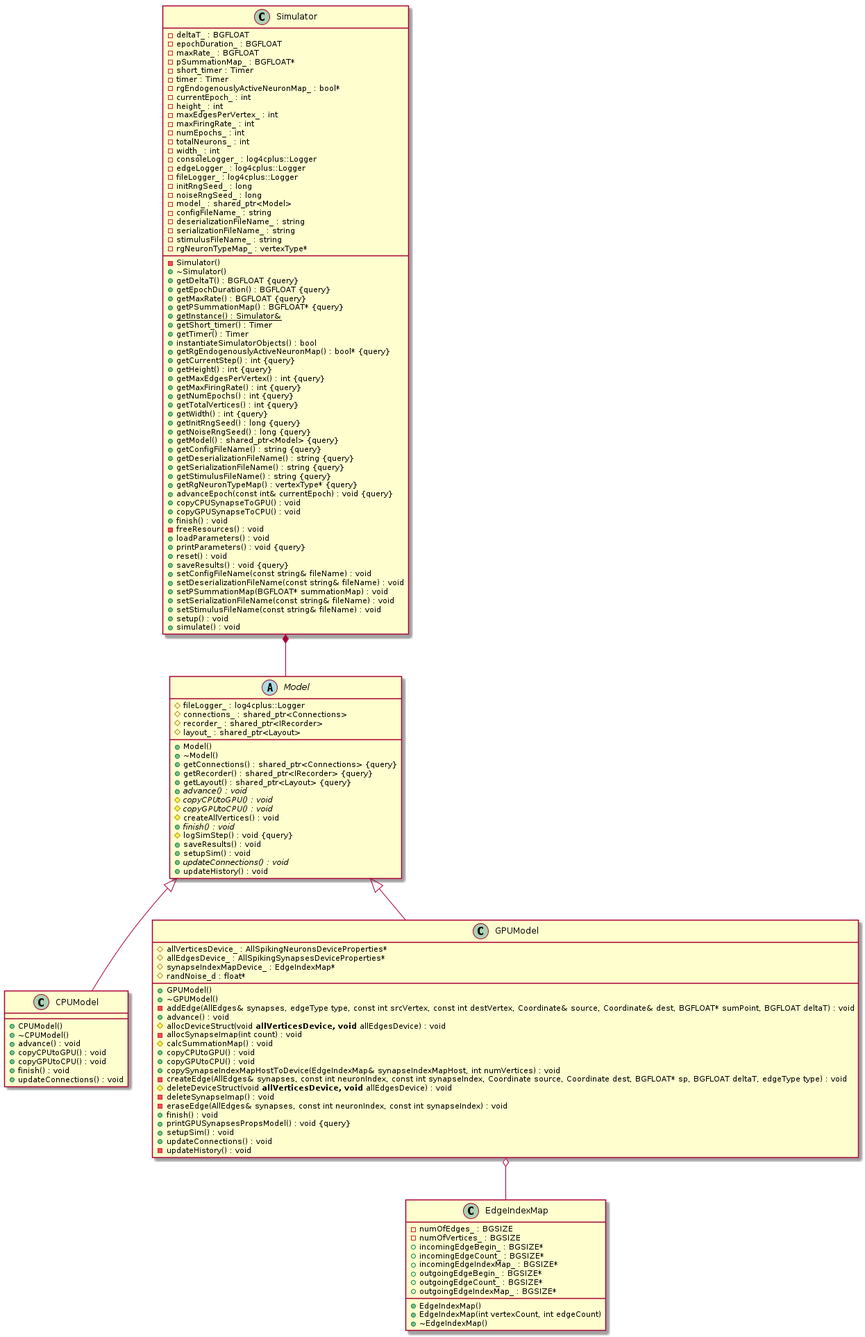
Before: docs/Developer/ClassDiagrams/diagrams/GraphittiCoreClassDiagram.png, a diagram exported from PlantUML (UWB-Biocomputing/Graphitti).
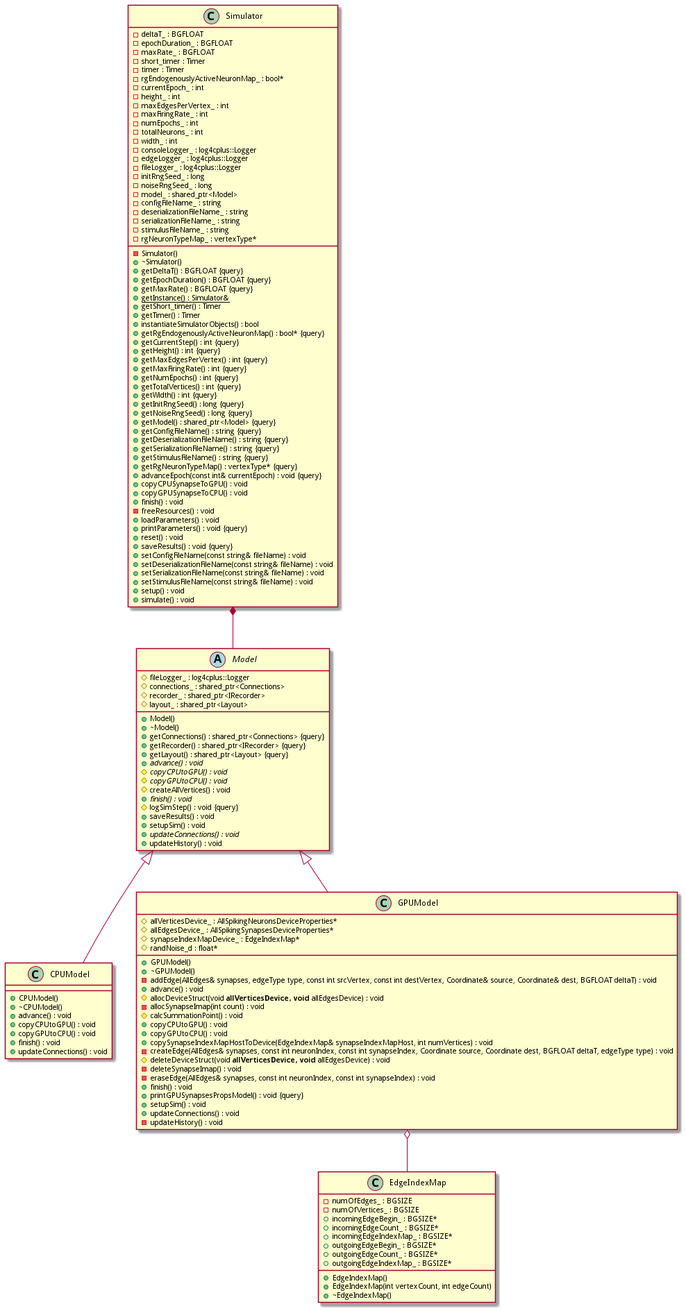
Later version of the same file.

Change to the diagram source:
```diff
@@ -23,15 +23,15 @@
 	#allEdgesDevice_ : AllSpikingSynapsesDeviceProperties*
 	#synapseIndexMapDevice_ : EdgeIndexMap*
 	#randNoise_d : float*
-	-addEdge(AllEdges& synapses, edgeType type, const int srcVertex, const int destVertex, Coordinate& source, Coordinate& dest, BGFLOAT* sumPoint, BGFLOAT deltaT) : void
+	-addEdge(AllEdges& synapses, edgeType type, const int srcVertex, const int destVertex, Coordinate& source, Coordinate& dest, BGFLOAT deltaT) : void
 	+advance() : void
 	#allocDeviceStruct(void** allVerticesDevice, void** allEdgesDevice) : void
 	-allocSynapseImap(int count) : void
-	#calcSummationMap() : void
+	#calcSummationPoint() : void
 	+copyCPUtoGPU() : void
 	+copyGPUtoCPU() : void
 	+copySynapseIndexMapHostToDevice(EdgeIndexMap& synapseIndexMapHost, int numVertices) : void
-	-createEdge(AllEdges& synapses, const int neuronIndex, const int synapseIndex, Coordinate source, Coordinate dest, BGFLOAT* sp, BGFLOAT deltaT, edgeType type) : void
+	-createEdge(AllEdges& synapses, const int neuronIndex, const int synapseIndex, Coordinate source, Coordinate dest, BGFLOAT deltaT, edgeType type) : void
 	#deleteDeviceStruct(void** allVerticesDevice, void** allEdgesDevice) : void
 	-deleteSynapseImap() : void
 	-eraseEdge(AllEdges& synapses, const int neuronIndex, const int synapseIndex) : void
@@ -75,8 +75,6 @@
 	+getEpochDuration() : BGFLOAT {query}
 	+getMaxRate() : BGFLOAT {query}
 	-maxRate_ : BGFLOAT
-	+getPSummationMap() : BGFLOAT* {query}
-	-pSummationMap_ : BGFLOAT*
 	+{static} getInstance() : Simulator&
 	+getShort_timer() : Timer
 	+getTimer() : Timer
@@ -129,7 +127,6 @@
 	+saveResults() : void {query}
 	+setConfigFileName(const string& fileName) : void
 	+setDeserializationFileName(const string& fileName) : void
-	+setPSummationMap(BGFLOAT* summationMap) : void
 	+setSerializationFileName(const string& fileName) : void
 	+setStimulusFileName(const string& fileName) : void
 	+setup() : void
```
